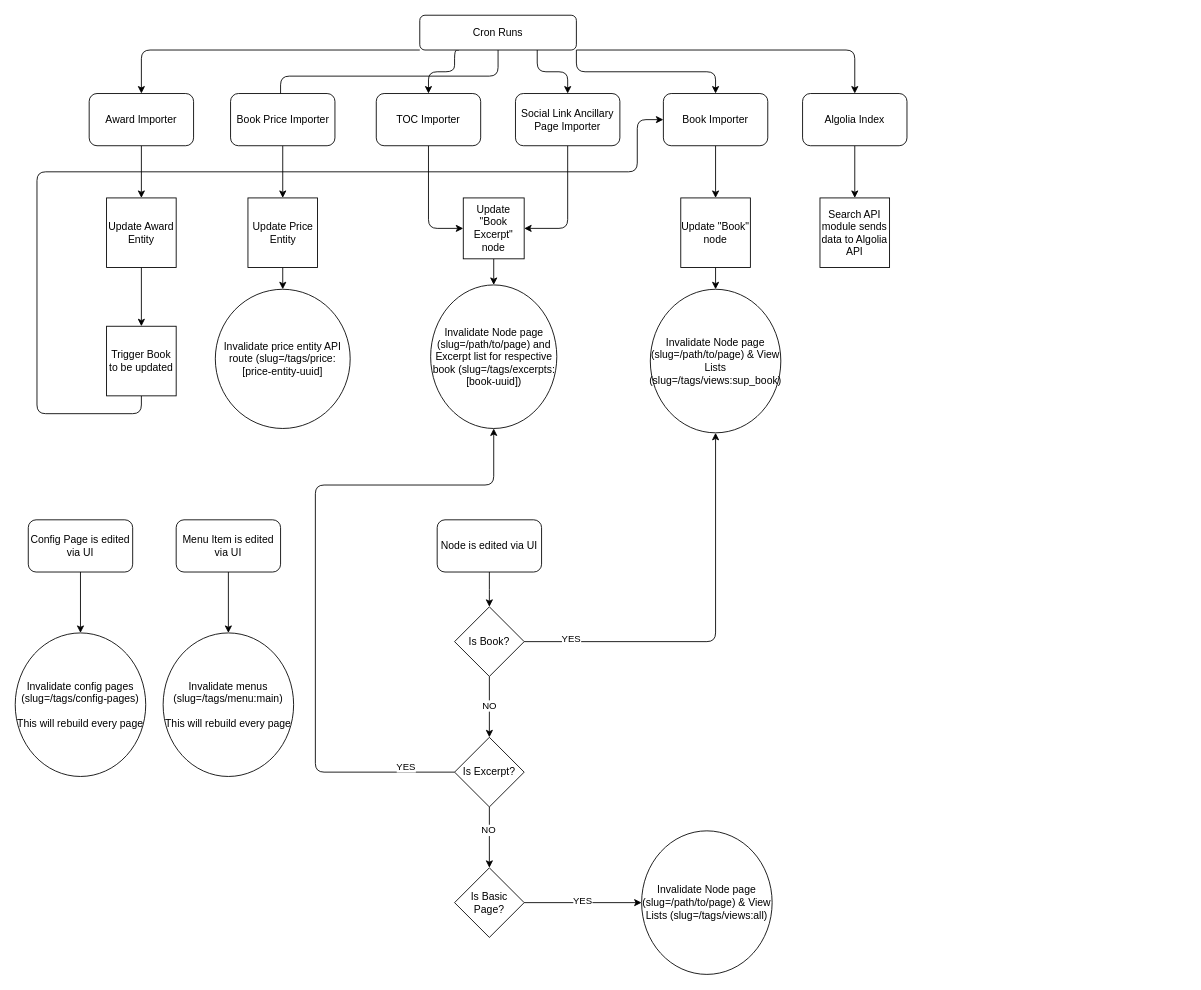
Earlier version of the draw.io diagram docs/architecture-flow.drawio (SU-SWS/press-nextjs). Source tidied: cells renumbered, new cells numbered last; positions are measured from the earlier drawing's top-left corner, leaving out a move shared by most shapes. Both pictures are drawn from the tidied source at 87%, with x=0, y=0 at pixel (15, 15).
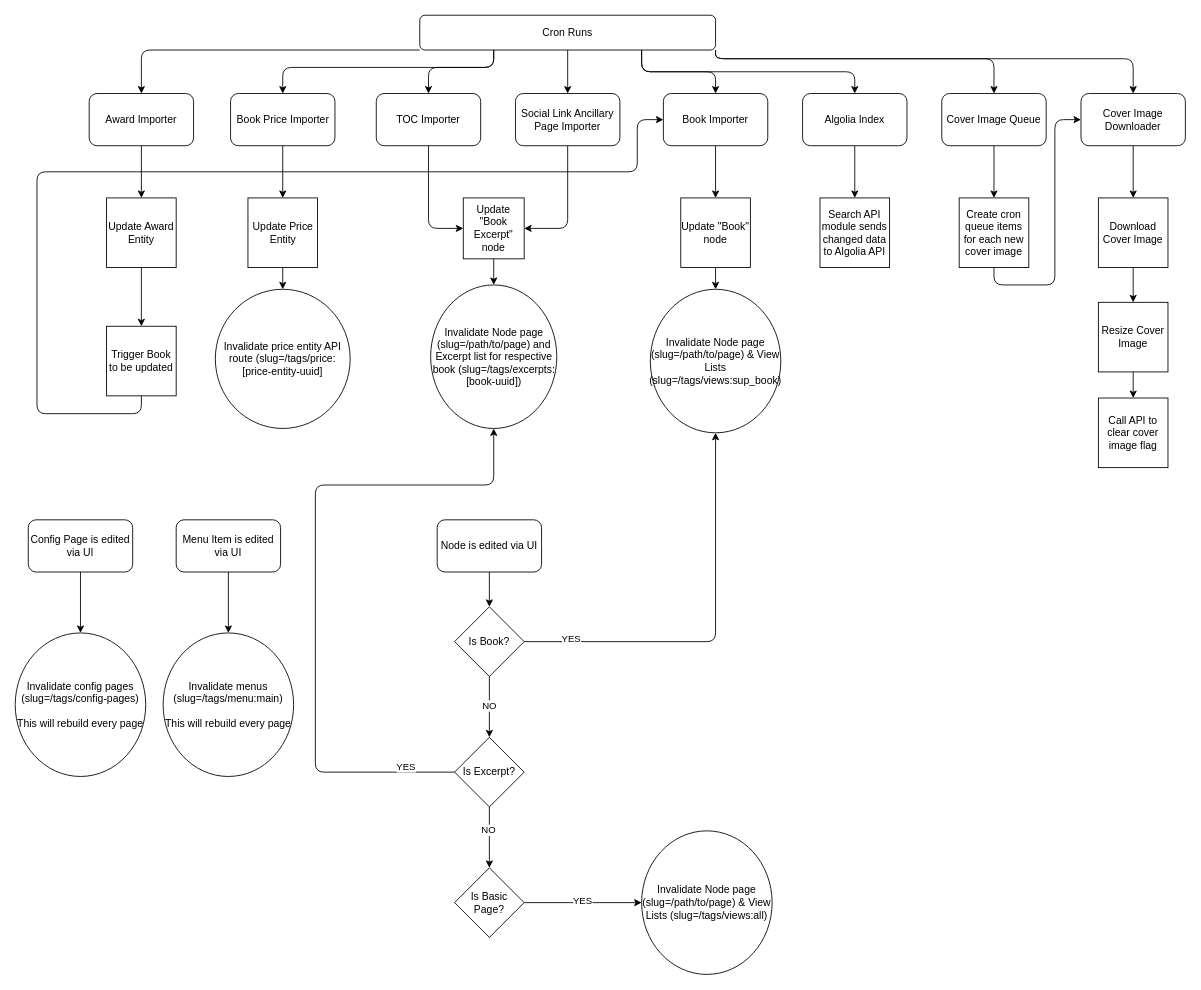
After the change.

Commit message (it also covers changes not shown here):
Updated cron workflow

The change refers to these unchanged cells:
```xml
<mxCell id="10" value="Social Link Ancillary Page Importer" style="rounded=1;whiteSpace=wrap;html=1;" parent="1" vertex="1">
  <mxGeometry x="575" y="90" width="120" height="60" as="geometry" />
</mxCell>
<mxCell id="12" value="Book Importer" style="rounded=1;whiteSpace=wrap;html=1;" parent="1" vertex="1">
  <mxGeometry x="745" y="90" width="120" height="60" as="geometry" />
</mxCell>
<mxCell id="14" value="Algolia Index" style="rounded=1;whiteSpace=wrap;html=1;" parent="1" vertex="1">
  <mxGeometry x="905" y="90" width="120" height="60" as="geometry" />
</mxCell>
<mxCell id="16" value="Book Price Importer" style="rounded=1;whiteSpace=wrap;html=1;" parent="1" vertex="1">
  <mxGeometry x="247.5" y="90" width="120" height="60" as="geometry" />
</mxCell>
<mxCell id="18" value="TOC Importer" style="rounded=1;whiteSpace=wrap;html=1;" parent="1" vertex="1">
  <mxGeometry x="415" y="90" width="120" height="60" as="geometry" />
</mxCell>
```

Diff of the diagram source:
```diff
@@
     <mxCell id="3" style="edgeStyle=orthogonalEdgeStyle;rounded=1;jettySize=auto;html=1;exitX=0.25;exitY=1;exitDx=0;exitDy=0;entryX=0.5;entryY=0;entryDx=0;entryDy=0;curved=0;" parent="1" edge="1" source="8" target="18">
       <mxGeometry relative="1" as="geometry">
         <Array as="points">
-          <mxPoint x="505" y="40" />
-          <mxPoint x="505" y="65" />
-          <mxPoint x="475" y="65" />
+          <mxPoint x="550" y="60" />
+          <mxPoint x="475" y="60" />
         </Array>
       </mxGeometry>
     </mxCell>
-    <mxCell id="4" style="edgeStyle=orthogonalEdgeStyle;rounded=1;jettySize=auto;html=1;exitX=0.5;exitY=1;exitDx=0;exitDy=0;entryX=0.5;entryY=0;entryDx=0;entryDy=0;curved=0;" parent="1" edge="1" source="8" target="16">
+    <mxCell id="4" style="edgeStyle=orthogonalEdgeStyle;rounded=1;jettySize=auto;html=1;exitX=0.25;exitY=1;exitDx=0;exitDy=0;entryX=0.5;entryY=0;entryDx=0;entryDy=0;curved=0;" parent="1" edge="1" source="8" target="16">
       <mxGeometry relative="1" as="geometry">
         <Array as="points">
-          <mxPoint x="555" y="70" />
-          <mxPoint x="305" y="70" />
-          <mxPoint x="305" y="120" />
+          <mxPoint x="550" y="60" />
+          <mxPoint x="308" y="60" />
         </Array>
       </mxGeometry>
     </mxCell>
-    <mxCell id="5" style="edgeStyle=orthogonalEdgeStyle;rounded=1;jettySize=auto;html=1;exitX=0.75;exitY=1;exitDx=0;exitDy=0;entryX=0.5;entryY=0;entryDx=0;entryDy=0;curved=0;" parent="1" edge="1" source="8" target="10">
+    <mxCell id="5" style="edgeStyle=orthogonalEdgeStyle;rounded=0;jettySize=auto;html=1;exitX=0.5;exitY=1;exitDx=0;exitDy=0;entryX=0.5;entryY=0;entryDx=0;entryDy=0;" parent="1" edge="1" source="8" target="10">
       <mxGeometry relative="1" as="geometry" />
     </mxCell>
-    <mxCell id="6" style="edgeStyle=orthogonalEdgeStyle;rounded=1;jettySize=auto;html=1;exitX=1;exitY=1;exitDx=0;exitDy=0;entryX=0.5;entryY=0;entryDx=0;entryDy=0;curved=0;" parent="1" edge="1" source="8" target="12">
+    <mxCell id="6" style="edgeStyle=orthogonalEdgeStyle;rounded=1;jettySize=auto;html=1;exitX=0.75;exitY=1;exitDx=0;exitDy=0;entryX=0.5;entryY=0;entryDx=0;entryDy=0;strokeColor=default;curved=0;" parent="1" edge="1" source="8" target="12">
       <mxGeometry relative="1" as="geometry" />
     </mxCell>
-    <mxCell id="7" style="edgeStyle=orthogonalEdgeStyle;rounded=1;jettySize=auto;html=1;exitX=1;exitY=1;exitDx=0;exitDy=0;entryX=0.5;entryY=0;entryDx=0;entryDy=0;curved=0;" parent="1" edge="1" source="8" target="14">
-      <mxGeometry relative="1" as="geometry">
-        <Array as="points">
-          <mxPoint x="965" y="40" />
-        </Array>
-      </mxGeometry>
+    <mxCell id="7" style="edgeStyle=orthogonalEdgeStyle;rounded=1;jettySize=auto;html=1;exitX=0.75;exitY=1;exitDx=0;exitDy=0;entryX=0.5;entryY=0;entryDx=0;entryDy=0;curved=0;" parent="1" edge="1" source="8" target="14">
+      <mxGeometry relative="1" as="geometry" />
     </mxCell>
+    <mxCell id="57" style="edgeStyle=orthogonalEdgeStyle;rounded=1;jettySize=auto;html=1;exitX=1;exitY=1;exitDx=0;exitDy=0;entryX=0.5;entryY=0;entryDx=0;entryDy=0;curved=0;" parent="1" edge="1" source="8" target="60">
+      <mxGeometry relative="1" as="geometry">
+        <Array as="points">
+          <mxPoint x="805" y="50" />
+          <mxPoint x="1125" y="50" />
+        </Array>
+      </mxGeometry>
+    </mxCell>
+    <mxCell id="58" style="edgeStyle=orthogonalEdgeStyle;rounded=1;jettySize=auto;html=1;exitX=1;exitY=1;exitDx=0;exitDy=0;entryX=0.5;entryY=0;entryDx=0;entryDy=0;curved=0;" parent="1" edge="1" source="8" target="62">
+      <mxGeometry relative="1" as="geometry">
+        <Array as="points">
+          <mxPoint x="805" y="50" />
+          <mxPoint x="1285" y="50" />
+        </Array>
+      </mxGeometry>
+    </mxCell>
     <mxCell id="8" value="Cron Runs" style="rounded=1;whiteSpace=wrap;html=1;fontSize=12;glass=0;strokeWidth=1;shadow=0;" parent="1" vertex="1">
-      <mxGeometry x="465" width="180" height="40" as="geometry" />
+      <mxGeometry x="465" width="340" height="40" as="geometry" />
     </mxCell>
@@
-    <mxCell id="34" value="&lt;div&gt;Search API module sends data to Algolia API&lt;/div&gt;" style="whiteSpace=wrap;html=1;" parent="1" vertex="1">
+    <mxCell id="34" value="&lt;div&gt;Search API module sends changed data to Algolia API&lt;/div&gt;" style="whiteSpace=wrap;html=1;" parent="1" vertex="1">
       <mxGeometry x="925" y="210" width="80" height="80" as="geometry" />
     </mxCell>
@@
+    <mxCell id="59" style="edgeStyle=orthogonalEdgeStyle;rounded=1;jettySize=auto;html=1;exitX=0.5;exitY=1;exitDx=0;exitDy=0;entryX=0.5;entryY=0;entryDx=0;entryDy=0;curved=0;" parent="1" edge="1" source="60" target="64">
+      <mxGeometry relative="1" as="geometry" />
+    </mxCell>
+    <mxCell id="60" value="Cover Image Queue" style="rounded=1;whiteSpace=wrap;html=1;" parent="1" vertex="1">
+      <mxGeometry x="1065" y="90" width="120" height="60" as="geometry" />
+    </mxCell>
+    <mxCell id="61" style="edgeStyle=orthogonalEdgeStyle;rounded=0;jettySize=auto;html=1;exitX=0.5;exitY=1;exitDx=0;exitDy=0;entryX=0.5;entryY=0;entryDx=0;entryDy=0;" parent="1" edge="1" source="62" target="66">
+      <mxGeometry relative="1" as="geometry" />
+    </mxCell>
+    <mxCell id="62" value="Cover Image Downloader" style="rounded=1;whiteSpace=wrap;html=1;" parent="1" vertex="1">
+      <mxGeometry x="1225" y="90" width="120" height="60" as="geometry" />
+    </mxCell>
+    <mxCell id="63" style="edgeStyle=orthogonalEdgeStyle;rounded=1;jettySize=auto;html=1;exitX=0.5;exitY=1;exitDx=0;exitDy=0;entryX=0;entryY=0.5;entryDx=0;entryDy=0;curved=0;" parent="1" edge="1" source="64" target="62">
+      <mxGeometry relative="1" as="geometry" />
+    </mxCell>
+    <mxCell id="64" value="Create cron queue items for each new cover image" style="whiteSpace=wrap;html=1;" parent="1" vertex="1">
+      <mxGeometry x="1085" y="210" width="80" height="80" as="geometry" />
+    </mxCell>
+    <mxCell id="65" style="edgeStyle=orthogonalEdgeStyle;rounded=0;jettySize=auto;html=1;exitX=0.5;exitY=1;exitDx=0;exitDy=0;entryX=0.5;entryY=0;entryDx=0;entryDy=0;" parent="1" edge="1" source="66" target="68">
+      <mxGeometry relative="1" as="geometry" />
+    </mxCell>
+    <mxCell id="66" value="Download Cover Image" style="whiteSpace=wrap;html=1;" parent="1" vertex="1">
+      <mxGeometry x="1245" y="210" width="80" height="80" as="geometry" />
+    </mxCell>
+    <mxCell id="67" style="edgeStyle=orthogonalEdgeStyle;rounded=0;jettySize=auto;html=1;exitX=0.5;exitY=1;exitDx=0;exitDy=0;entryX=0.5;entryY=0;entryDx=0;entryDy=0;" parent="1" edge="1" source="68" target="69">
+      <mxGeometry relative="1" as="geometry" />
+    </mxCell>
+    <mxCell id="68" value="Resize Cover Image" style="whiteSpace=wrap;html=1;" parent="1" vertex="1">
+      <mxGeometry x="1245" y="330" width="80" height="80" as="geometry" />
+    </mxCell>
+    <mxCell id="69" value="&lt;div&gt;Call API to clear cover image flag&lt;/div&gt;" style="whiteSpace=wrap;html=1;" parent="1" vertex="1">
+      <mxGeometry x="1245" y="440" width="80" height="80" as="geometry" />
+    </mxCell>
```
